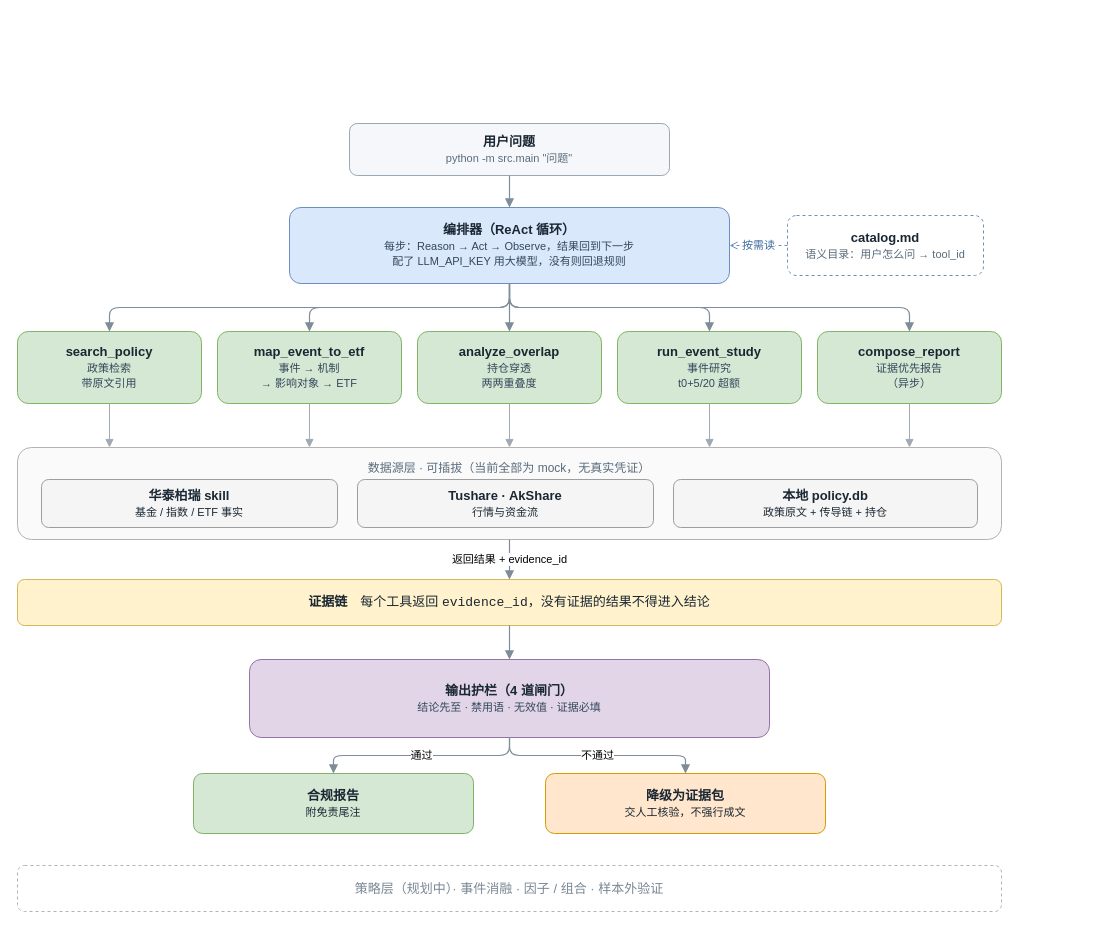
The draw.io diagram docs/architecture.drawio in ChinaLyn/etf-research-agent, before the edit. Source tidied: cells renumbered, new cells numbered last; positions are measured from the earlier drawing's top-left corner, leaving out a move shared by most shapes. Both pictures are drawn from the tidied source at 100%, with x=0, y=0 at pixel (17, 123).
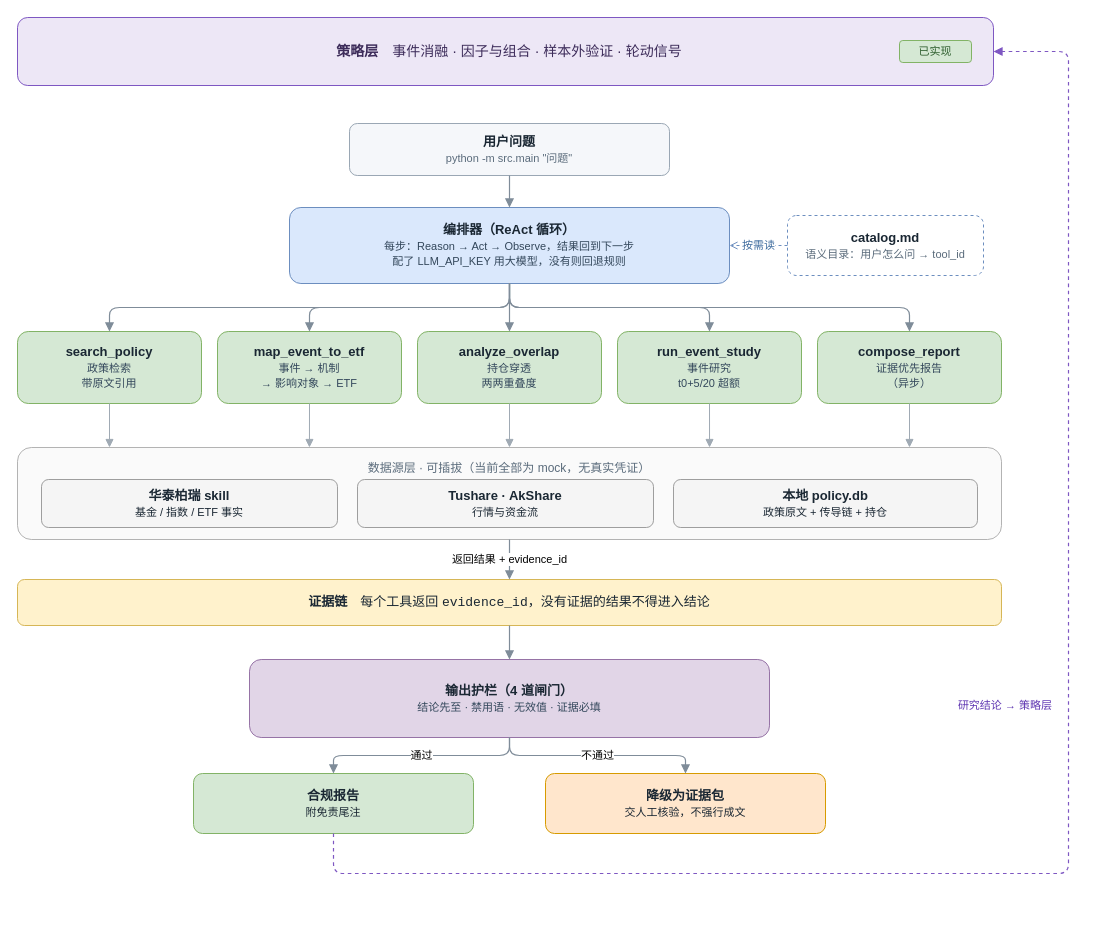
The same page after the edit.

Commit message (it also covers changes not shown here):
docs: 架构图合并为一张——策略层置顶并标注已实现

把分层骨架和运行时链路合成一张：策略层在顶部，编排器/工具/数据源/证据链/护栏自上而下，
研究结论回流到策略层。README 补一句射程说明：本仓库聚焦下三层。

The change refers to these unchanged cells:
```xml
<mxCell id="16" value="&lt;b&gt;合规报告&lt;/b&gt;&lt;br&gt;&lt;font style=&quot;font-size:11px&quot;&gt;附免责尾注&lt;/font&gt;" style="rounded=1;whiteSpace=wrap;html=1;fontSize=13;fontColor=#1A2733;fontFamily=Microsoft YaHei;fillColor=#D5E8D4;strokeColor=#82B366;" parent="1" vertex="1">
  <mxGeometry x="176" y="650" width="280" height="60" as="geometry" />
</mxCell>
```

The edit, as a diff of the source:
```diff
@@
-    <mxCell id="18" value="策略层（规划中）· 事件消融 · 因子 / 组合 · 样本外验证" style="rounded=1;whiteSpace=wrap;html=1;fontSize=13;fontColor=#1A2733;fontFamily=Microsoft YaHei;fillColor=#FFFFFF;strokeColor=#B3B3B3;dashed=1;fontColor=#7A8794;" parent="1" vertex="1">
-      <mxGeometry y="742" width="984" height="46" as="geometry" />
-    </mxCell>
@@
+    <mxCell id="18" value="&lt;b&gt;策略层&lt;/b&gt;　事件消融 · 因子与组合 · 样本外验证 · 轮动信号" style="rounded=1;whiteSpace=wrap;html=1;fontSize=14;fontColor=#3D2C5A;fontFamily=Microsoft YaHei;fillColor=#EDE7F6;strokeColor=#7E57C2;align=center;verticalAlign=middle;spacingLeft=8;" parent="1" vertex="1">
+      <mxGeometry y="-106" width="976" height="68" as="geometry" />
+    </mxCell>
+    <mxCell id="35" value="已实现" style="rounded=1;whiteSpace=wrap;html=1;fontSize=11;fontColor=#2E5E2E;fontFamily=Microsoft YaHei;fillColor=#D5E8D4;strokeColor=#82B366;" parent="18" vertex="1">
+      <mxGeometry x="882" y="23" width="72" height="22" as="geometry" />
+    </mxCell>
+    <mxCell id="36" style="edgeStyle=orthogonalEdgeStyle;rounded=1;html=1;dashed=1;endArrow=block;endFill=1;strokeWidth=1.2;strokeColor=#7E57C2;fontColor=#5E35B1;fontSize=11;fontFamily=Microsoft YaHei;labelBackgroundColor=#FFFFFF;exitX=0.5;exitY=1;entryX=1;entryY=0.5;" parent="1" edge="1" source="16" target="18">
+      <mxGeometry relative="1" as="geometry">
+        <Array as="points">
+          <mxPoint x="316" y="750" />
+          <mxPoint x="1051" y="750" />
+          <mxPoint x="1051" y="-72" />
+        </Array>
+      </mxGeometry>
+    </mxCell>
+    <mxCell id="37" value="研究结论 → 策略层" style="text;html=1;align=right;verticalAlign=middle;fontSize=11;fontColor=#5E35B1;fontFamily=Microsoft YaHei;" parent="1" vertex="1">
+      <mxGeometry x="792" y="570" width="244" height="24" as="geometry" />
+    </mxCell>
```
